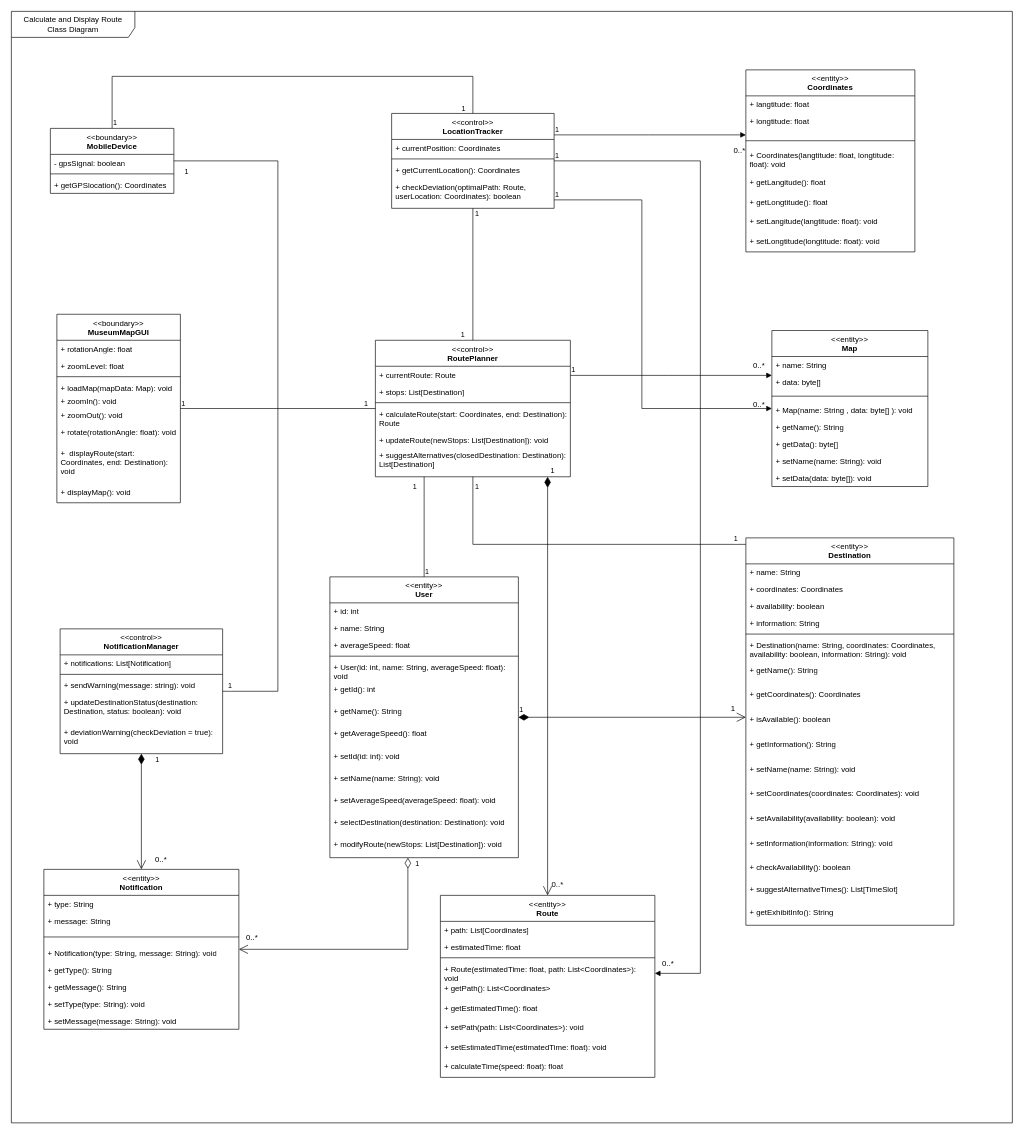
This is Class Diagrams/Calculate and Display Route.drawio from gsklaven/MusePath, a draw.io file, before an edit. Source tidied: cells renumbered, new cells numbered last; positions are measured from the earlier drawing's top-left corner, leaving out a move shared by most shapes. Both pictures are drawn from the tidied source at 65%, with x=0, y=0 at pixel (11, 11).
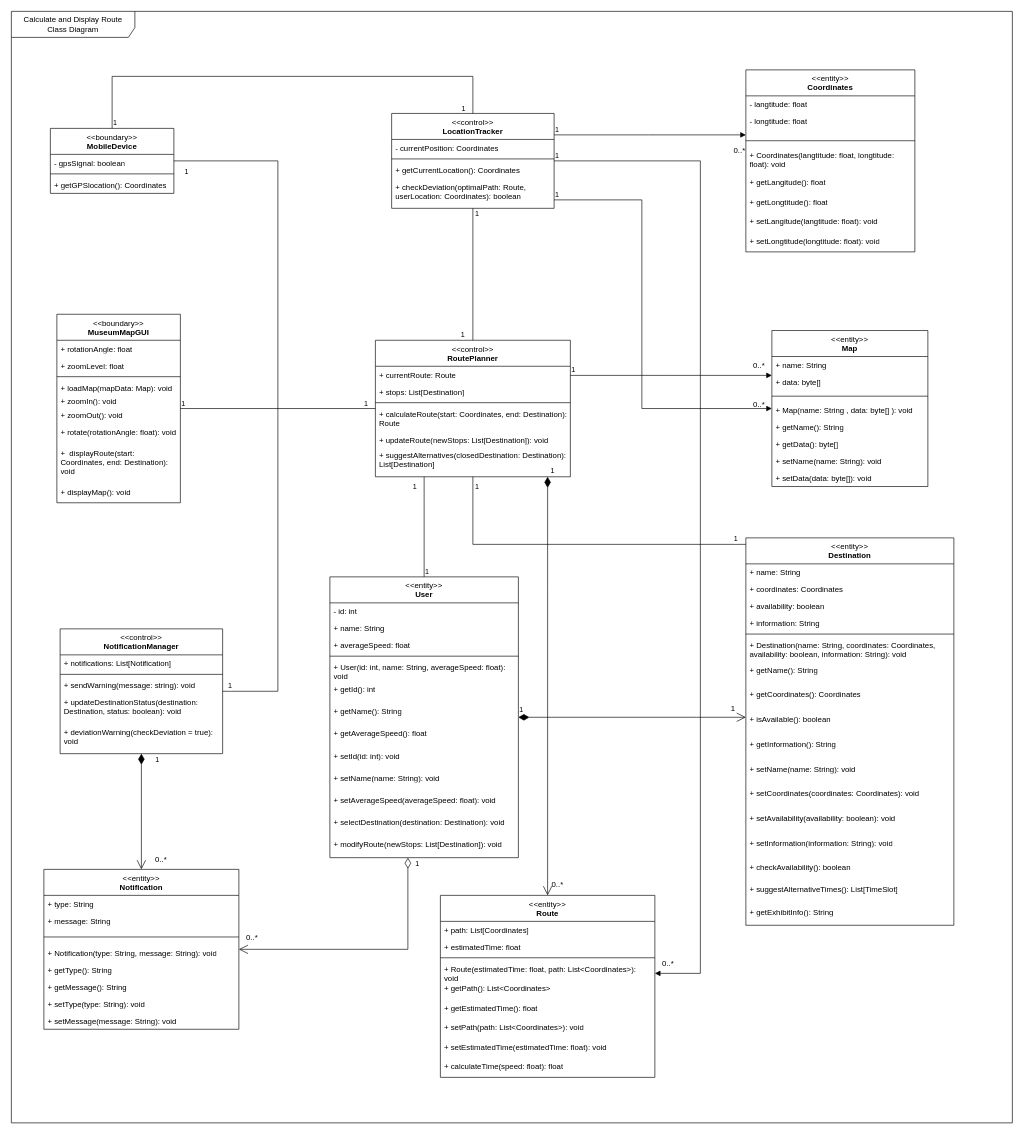
The same page after the edit.

Commit message (it also covers changes not shown here):
change visibility of objects

The change refers to these unchanged cells:
```xml
<mxCell id="17" value="&lt;div&gt;&lt;span style=&quot;font-weight: normal;&quot;&gt;&amp;lt;&amp;lt;entity&amp;gt;&amp;gt;&lt;/span&gt;&lt;/div&gt;User" style="swimlane;fontStyle=1;align=center;verticalAlign=top;horizontal=1;startSize=40;whiteSpace=wrap;html=1;" parent="1" vertex="1">
  <mxGeometry x="490" y="870" width="290" height="432" as="geometry" />
</mxCell>
<mxCell id="72" value="&lt;div&gt;&lt;span style=&quot;font-weight: normal;&quot;&gt;&amp;lt;&amp;lt;control&amp;gt;&amp;gt;&lt;/span&gt;&lt;/div&gt;LocationTracker" style="swimlane;fontStyle=1;align=center;verticalAlign=top;horizontal=1;startSize=40;whiteSpace=wrap;html=1;" parent="1" vertex="1">
  <mxGeometry x="585" y="157" width="250" height="146" as="geometry" />
</mxCell>
<mxCell id="77" value="&lt;div&gt;&lt;span style=&quot;font-weight: normal;&quot;&gt;&amp;lt;&amp;lt;entity&amp;gt;&amp;gt;&lt;/span&gt;&lt;/div&gt;Coordinates" style="swimlane;fontStyle=1;align=center;verticalAlign=top;horizontal=1;startSize=40;whiteSpace=wrap;html=1;" parent="1" vertex="1">
  <mxGeometry x="1130" y="90" width="260" height="280" as="geometry" />
</mxCell>
```

Diff of the diagram source:
```diff
@@
-    <mxCell id="18" value="+ id: int" style="text;strokeColor=none;fillColor=none;align=left;verticalAlign=top;spacingLeft=4;spacingRight=4;overflow=hidden;whiteSpace=wrap;html=1;" parent="17" vertex="1">
+    <mxCell id="18" value="- id: int" style="text;strokeColor=none;fillColor=none;align=left;verticalAlign=top;spacingLeft=4;spacingRight=4;overflow=hidden;whiteSpace=wrap;html=1;" parent="17" vertex="1">
       <mxGeometry y="40" width="290" height="26" as="geometry" />
     </mxCell>
@@
-    <mxCell id="73" value="+&amp;nbsp;currentPosition: Coordinates" style="text;strokeColor=none;fillColor=none;align=left;verticalAlign=top;spacingLeft=4;spacingRight=4;overflow=hidden;whiteSpace=wrap;html=1;" parent="72" vertex="1">
+    <mxCell id="73" value="- currentPosition: Coordinates" style="text;strokeColor=none;fillColor=none;align=left;verticalAlign=top;spacingLeft=4;spacingRight=4;overflow=hidden;whiteSpace=wrap;html=1;" parent="72" vertex="1">
       <mxGeometry y="40" width="250" height="26" as="geometry" />
     </mxCell>
@@
-    <mxCell id="78" value="+ langtitude: float" style="text;strokeColor=none;fillColor=none;align=left;verticalAlign=top;spacingLeft=4;spacingRight=4;overflow=hidden;whiteSpace=wrap;html=1;" parent="77" vertex="1">
+    <mxCell id="78" value="- langtitude: float" style="text;strokeColor=none;fillColor=none;align=left;verticalAlign=top;spacingLeft=4;spacingRight=4;overflow=hidden;whiteSpace=wrap;html=1;" parent="77" vertex="1">
       <mxGeometry y="40" width="260" height="26" as="geometry" />
     </mxCell>
-    <mxCell id="79" value="+ longtitude: float" style="text;strokeColor=none;fillColor=none;align=left;verticalAlign=top;spacingLeft=4;spacingRight=4;overflow=hidden;whiteSpace=wrap;html=1;" parent="77" vertex="1">
+    <mxCell id="79" value="- longtitude: float" style="text;strokeColor=none;fillColor=none;align=left;verticalAlign=top;spacingLeft=4;spacingRight=4;overflow=hidden;whiteSpace=wrap;html=1;" parent="77" vertex="1">
       <mxGeometry y="66" width="260" height="34" as="geometry" />
     </mxCell>
```
